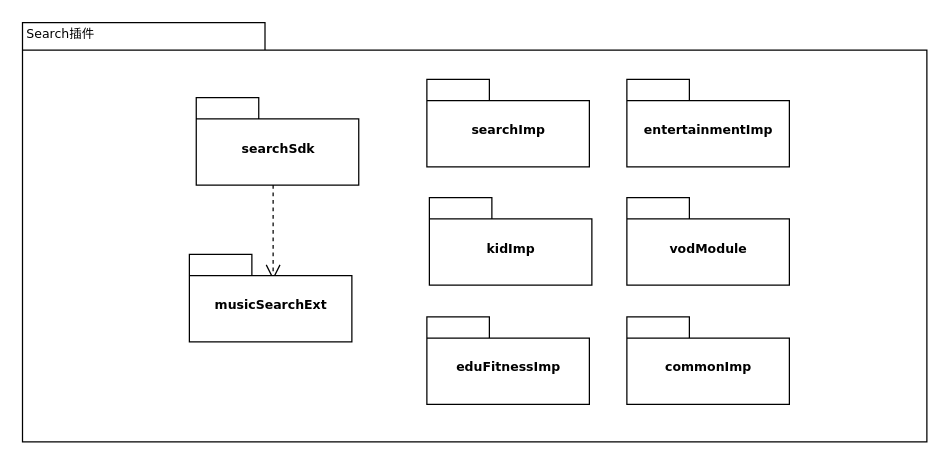
jasonjiang1018/draw.io-UML keeps this draw.io diagram as 未命名绘图.drawio. Above is the earlier version. Source tidied: cells renumbered, new cells numbered last; positions are measured from the earlier drawing's top-left corner, leaving out a move shared by most shapes. Both pictures are drawn from the tidied source at 125%, with x=0, y=0 at pixel (21, 21).
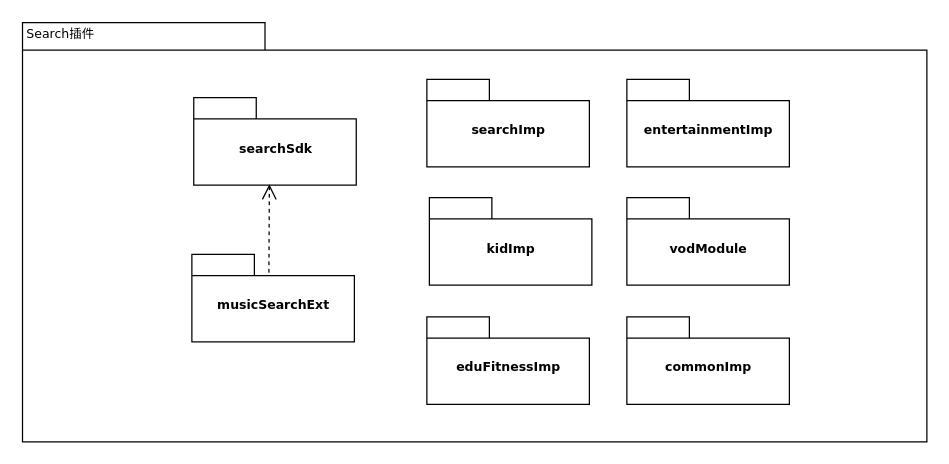
The same page after the edit.

Commit message:
更新未命名绘图.drawio

Diff of the diagram source:
```diff
@@
 <mxGraphModel>
   <root>
     <mxCell id="0" />
     <mxCell id="1" parent="0" />
     <mxCell id="2" style="shape=folder;fontStyle=1;spacingTop=10;tabWidth=194;tabHeight=22;tabPosition=left;html=1;rounded=0;shadow=0;comic=0;labelBackgroundColor=none;strokeWidth=1;fillColor=none;fontFamily=Verdana;fontSize=10;align=center;" parent="1" vertex="1">
       <mxGeometry x="0.5" y="0.5" width="723.5" height="335.5" as="geometry" />
     </mxCell>
     <mxCell id="3" style="group;" parent="1" vertex="1">
-      <mxGeometry x="139.5" y="60.5" width="130" height="70" as="geometry" />
+      <mxGeometry x="137.5" y="60.5" width="130" height="70" as="geometry" />
     </mxCell>
     <mxCell id="4" value="searchSdk" style="shape=folder;fontStyle=1;spacingTop=10;tabWidth=50;tabHeight=17;tabPosition=left;html=1;rounded=0;shadow=0;comic=0;labelBackgroundColor=none;strokeWidth=1;fontFamily=Verdana;fontSize=10;align=center;" parent="3" vertex="1">
       <mxGeometry width="130" height="70" as="geometry" />
     </mxCell>
-    <mxCell id="5" style="rounded=0;html=1;dashed=1;labelBackgroundColor=none;startFill=0;endArrow=open;endFill=0;endSize=10;fontFamily=Verdana;fontSize=10;entryX=0.592;entryY=0.2;entryPerimeter=0;edgeStyle=elbowEdgeStyle;" parent="1" edge="1" source="4">
+    <mxCell id="5" style="rounded=0;html=1;dashed=1;labelBackgroundColor=none;startFill=0;endArrow=open;endFill=0;endSize=10;fontFamily=Verdana;fontSize=10;edgeStyle=elbowEdgeStyle;" parent="1" edge="1">
       <mxGeometry relative="1" as="geometry">
-        <mxPoint x="201.3" y="206.5" as="targetPoint" />
+        <mxPoint x="197.5" y="224.6" as="sourcePoint" />
+        <mxPoint x="197.5" y="129.9" as="targetPoint" />
       </mxGeometry>
     </mxCell>
     <mxCell id="6" value="Search插件" style="text;html=1;align=left;verticalAlign=top;spacingTop=-4;fontSize=10;fontFamily=Verdana;" parent="1" vertex="1">
       <mxGeometry x="1.5" y="0.5" width="130" height="20" as="geometry" />
     </mxCell>
     <mxCell id="7" style="group;" parent="1" vertex="1">
-      <mxGeometry x="134" y="186" width="130" height="70" as="geometry" />
+      <mxGeometry x="136" y="186" width="130" height="70" as="geometry" />
     </mxCell>
     <mxCell id="8" value="musicSearchExt" style="shape=folder;fontStyle=1;spacingTop=10;tabWidth=50;tabHeight=17;tabPosition=left;html=1;rounded=0;shadow=0;comic=0;labelBackgroundColor=none;strokeWidth=1;fontFamily=Verdana;fontSize=10;align=center;" parent="7" vertex="1">
       <mxGeometry width="130" height="70" as="geometry" />
     </mxCell>
     <mxCell id="9" style="group;" parent="1" vertex="1">
       <mxGeometry x="324" y="46" width="130" height="70" as="geometry" />
     </mxCell>
     <mxCell id="10" value="searchImp" style="shape=folder;fontStyle=1;spacingTop=10;tabWidth=50;tabHeight=17;tabPosition=left;html=1;rounded=0;shadow=0;comic=0;labelBackgroundColor=none;strokeWidth=1;fontFamily=Verdana;fontSize=10;align=center;" parent="9" vertex="1">
       <mxGeometry width="130" height="70" as="geometry" />
     </mxCell>
     <mxCell id="11" value="eduFitnessImp" style="shape=folder;fontStyle=1;spacingTop=10;tabWidth=50;tabHeight=17;tabPosition=left;html=1;rounded=0;shadow=0;comic=0;labelBackgroundColor=none;strokeWidth=1;fontFamily=Verdana;fontSize=10;align=center;" parent="1" vertex="1">
       <mxGeometry x="324" y="236" width="130" height="70" as="geometry" />
     </mxCell>
     <mxCell id="12" value="entertainmentImp" style="shape=folder;fontStyle=1;spacingTop=10;tabWidth=50;tabHeight=17;tabPosition=left;html=1;rounded=0;shadow=0;comic=0;labelBackgroundColor=none;strokeWidth=1;fontFamily=Verdana;fontSize=10;align=center;" parent="1" vertex="1">
       <mxGeometry x="484" y="46" width="130" height="70" as="geometry" />
     </mxCell>
     <mxCell id="13" value="vodModule" style="shape=folder;fontStyle=1;spacingTop=10;tabWidth=50;tabHeight=17;tabPosition=left;html=1;rounded=0;shadow=0;comic=0;labelBackgroundColor=none;strokeWidth=1;fontFamily=Verdana;fontSize=10;align=center;" parent="1" vertex="1">
       <mxGeometry x="484" y="140.5" width="130" height="70" as="geometry" />
     </mxCell>
     <mxCell id="14" value="kidImp" style="shape=folder;fontStyle=1;spacingTop=10;tabWidth=50;tabHeight=17;tabPosition=left;html=1;rounded=0;shadow=0;comic=0;labelBackgroundColor=none;strokeWidth=1;fontFamily=Verdana;fontSize=10;align=center;" parent="1" vertex="1">
       <mxGeometry x="326" y="140.5" width="130" height="70" as="geometry" />
     </mxCell>
     <mxCell id="15" value="commonImp" style="shape=folder;fontStyle=1;spacingTop=10;tabWidth=50;tabHeight=17;tabPosition=left;html=1;rounded=0;shadow=0;comic=0;labelBackgroundColor=none;strokeWidth=1;fontFamily=Verdana;fontSize=10;align=center;" parent="1" vertex="1">
       <mxGeometry x="484" y="236" width="130" height="70" as="geometry" />
     </mxCell>
   </root>
 </mxGraphModel>
```
